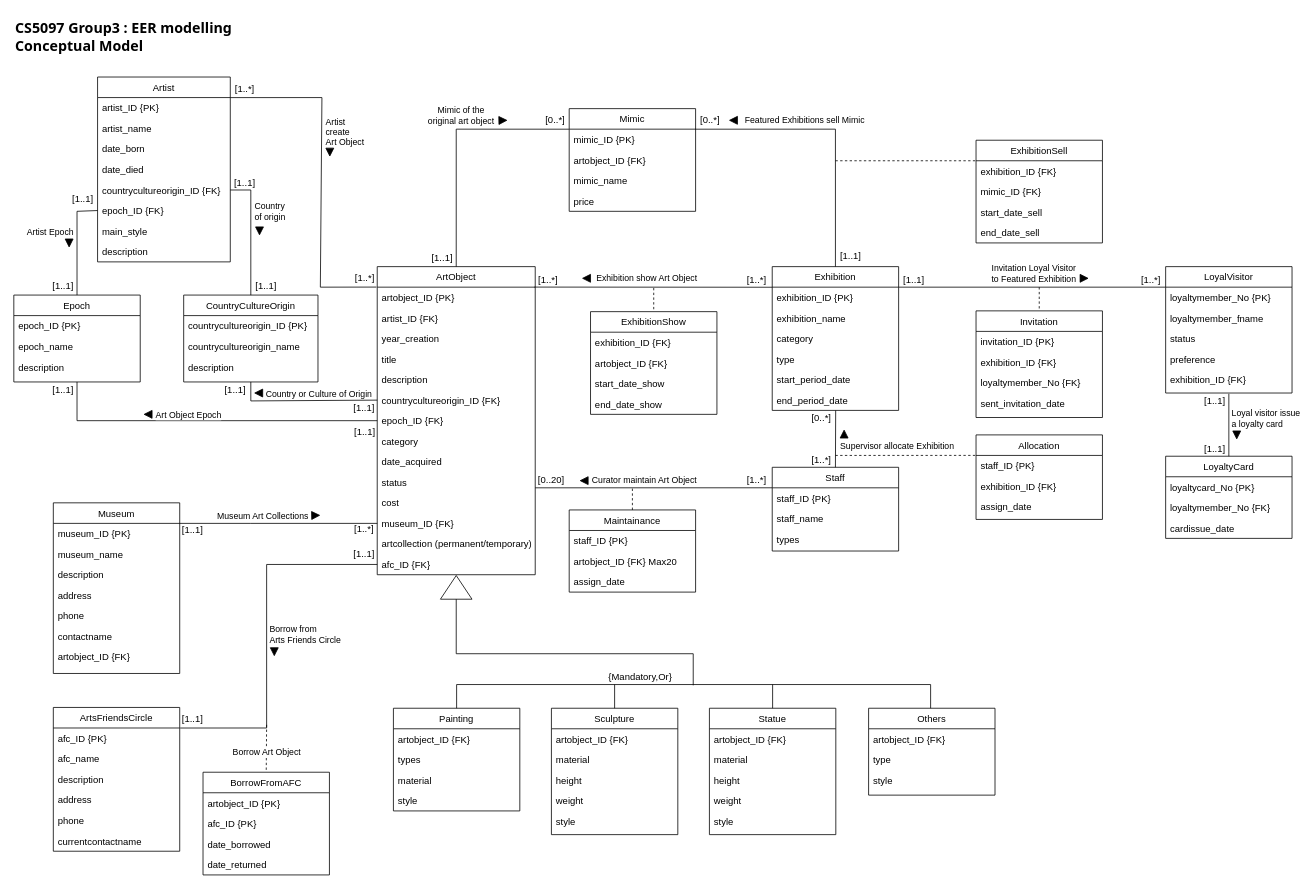
chanokchut/CS5097 keeps this draw.io diagram as Group3_Conceptual-Model-3NF.drawio. Above is the earlier version. Source tidied: cells renumbered, new cells numbered last; positions are measured from the earlier drawing's top-left corner, leaving out a move shared by most shapes. Both pictures are drawn from the tidied source at 79%, with x=0, y=0 at pixel (13, 13).
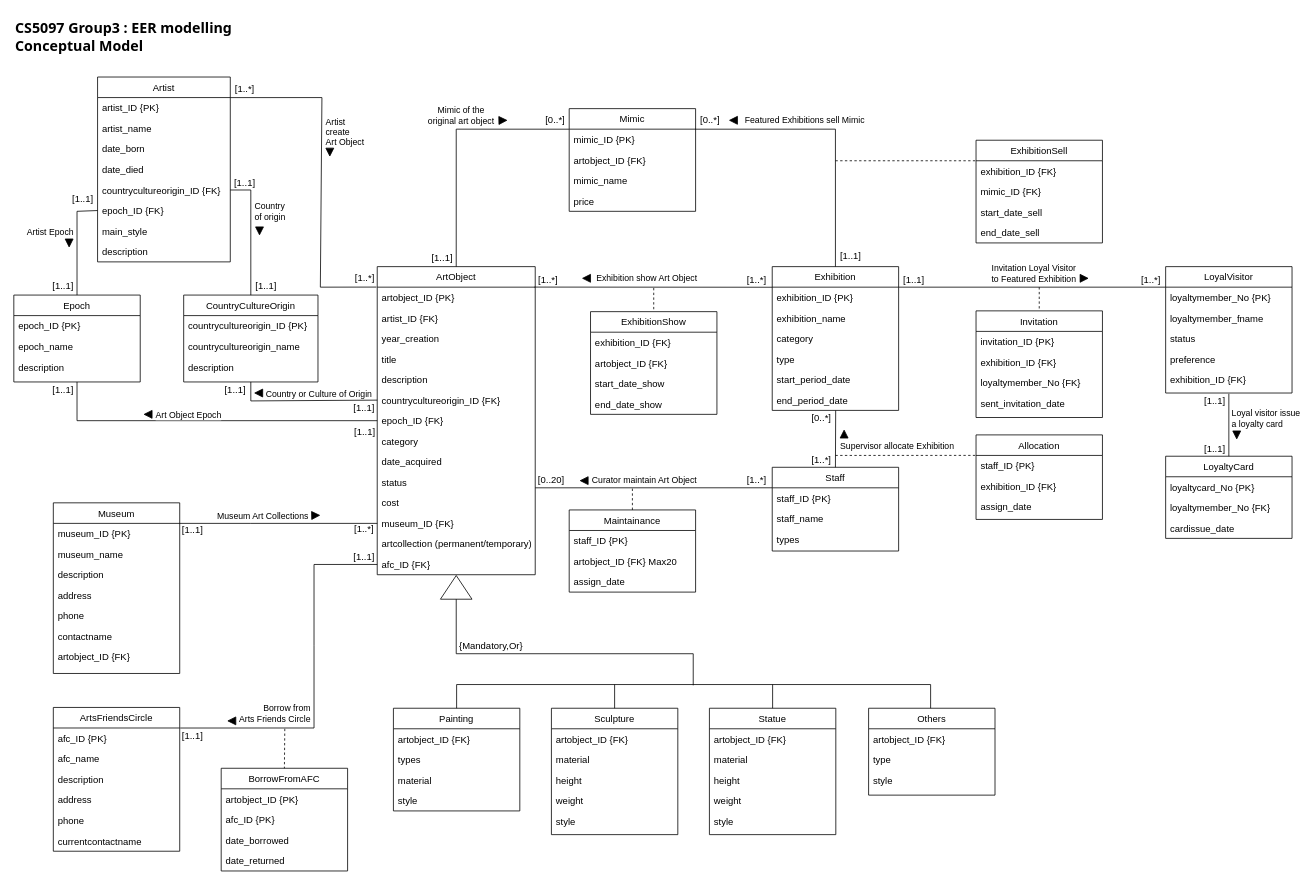
After the change.

Unchanged cells that the change refers to:
```xml
<mxCell id="28" value="afc_ID {FK}" style="text;align=left;verticalAlign=top;spacingLeft=4;spacingRight=4;overflow=hidden;points=[[0,0.5],[1,0.5]];portConstraint=eastwest;" parent="14" vertex="1">
  <mxGeometry y="364" width="200" height="26" as="geometry" />
</mxCell>
<mxCell id="189" value="afc_ID {PK}" style="text;align=left;verticalAlign=top;spacingLeft=4;spacingRight=4;overflow=hidden;points=[[0,0.5],[1,0.5]];portConstraint=eastwest;" parent="188" vertex="1">
  <mxGeometry y="26" width="160" height="26" as="geometry" />
</mxCell>
```

Change to the diagram source:
```diff
@@
     <mxCell id="114" value="{Mandatory,Or}" style="text;whiteSpace=wrap;" parent="1" vertex="1">
-      <mxGeometry x="750.5" y="826" width="90" height="30" as="geometry" />
+      <mxGeometry x="562" y="786" width="90" height="30" as="geometry" />
     </mxCell>
@@
     <mxCell id="195" style="endArrow=none;html=1;rounded=0;exitX=1.004;exitY=0.002;exitDx=0;exitDy=0;entryX=0;entryY=0.5;entryDx=0;entryDy=0;exitPerimeter=0;" parent="1" edge="1" source="189" target="28">
       <mxGeometry relative="1" as="geometry">
         <Array as="points">
-          <mxPoint x="320" y="904" />
-          <mxPoint x="320" y="697" />
+          <mxPoint x="380" y="904" />
+          <mxPoint x="380" y="800" />
+          <mxPoint x="380" y="697" />
         </Array>
       </mxGeometry>
     </mxCell>
-    <mxCell id="196" value="Borrow from&lt;br&gt;Arts Friends Circle" style="edgeLabel;html=1;align=left;verticalAlign=middle;" parent="195" vertex="1">
+    <mxCell id="196" value="Borrow from&lt;br&gt;Arts Friends Circle" style="edgeLabel;html=1;align=right;verticalAlign=middle;" parent="195" vertex="1">
       <mxGeometry x="0.47" y="-1" relative="1" as="geometry">
-        <mxPoint x="-17" y="87" as="offset" />
+        <mxPoint x="-5" y="147" as="offset" />
       </mxGeometry>
     </mxCell>
     <mxCell id="197" value="[1..1]" style="text;html=1;align=center;verticalAlign=middle;whiteSpace=wrap;rounded=0;" parent="1" vertex="1">
-      <mxGeometry x="420.5" y="669" width="45" height="30" as="geometry" />
+      <mxGeometry x="420.5" y="673" width="45" height="30" as="geometry" />
     </mxCell>
@@
     <mxCell id="199" value="[1..1]" style="text;html=1;align=center;verticalAlign=middle;whiteSpace=wrap;rounded=0;" parent="1" vertex="1">
-      <mxGeometry x="204" y="878" width="45" height="30" as="geometry" />
+      <mxGeometry x="204" y="900" width="45" height="30" as="geometry" />
     </mxCell>
-    <mxCell id="200" style="shape=mxgraph.arrows2.wedgeArrow;html=1;startWidth=5;fillColor=strokeColor;defaultFillColor=invert;defaultGradientColor=invert;rounded=0;endSize=8;arcSize=100;" parent="1" edge="1">
-      <mxGeometry relative="1" as="geometry">
-        <mxPoint x="329.7" y="802.4" as="sourcePoint" />
-        <mxPoint x="329.7" y="812.4" as="targetPoint" />
-      </mxGeometry>
-    </mxCell>
@@
     <mxCell id="203" value="BorrowFromAFC" style="swimlane;fontStyle=0;align=center;verticalAlign=top;horizontal=1;startSize=26;rounded=0;shadow=0;strokeWidth=1;" parent="1" vertex="1">
-      <mxGeometry x="239.5" y="960" width="160" height="130" as="geometry" />
+      <mxGeometry x="262.5" y="955" width="160" height="130" as="geometry" />
     </mxCell>
@@
     <mxCell id="208" style="endArrow=none;html=1;rounded=0;entryX=0.5;entryY=0;entryDx=0;entryDy=0;dashed=1;" parent="1" edge="1" target="203">
       <mxGeometry relative="1" as="geometry">
-        <mxPoint x="320" y="900" as="sourcePoint" />
+        <mxPoint x="343" y="905" as="sourcePoint" />
       </mxGeometry>
     </mxCell>
-    <mxCell id="209" value="Borrow Art Object" style="edgeLabel;html=1;align=center;verticalAlign=middle;" parent="208" vertex="1">
-      <mxGeometry x="0.05" y="1" relative="1" as="geometry">
-        <mxPoint x="-1" y="2" as="offset" />
-      </mxGeometry>
-    </mxCell>
+    <mxCell id="210" style="shape=mxgraph.arrows2.wedgeArrow;html=1;startWidth=5;fillColor=strokeColor;defaultFillColor=invert;defaultGradientColor=invert;rounded=0;endSize=8;arcSize=100;" parent="1" edge="1">
+      <mxGeometry relative="1" as="geometry">
+        <mxPoint x="281" y="895" as="sourcePoint" />
+        <mxPoint x="271" y="895" as="targetPoint" />
+      </mxGeometry>
+    </mxCell>
```
